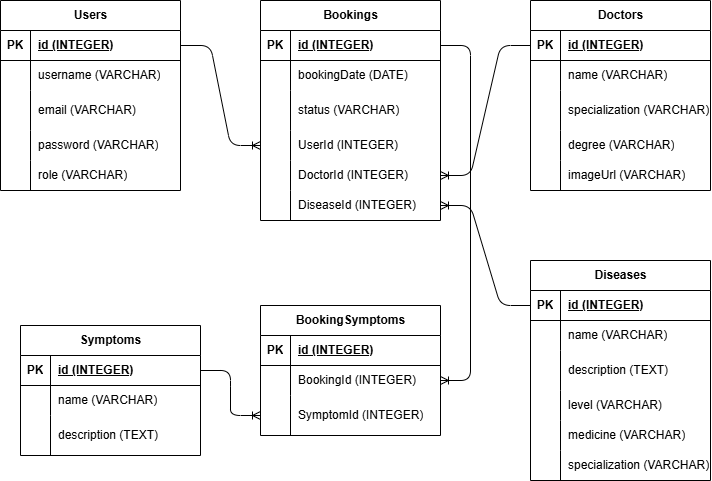
Earlier version of the draw.io export ERD.drawio.png (vincentiusevan/PAIR-PROJECT-HEALTH). Source tidied: cells renumbered, new cells last; positions are measured from the earlier drawing's top-left corner, leaving out a move shared by most shapes.
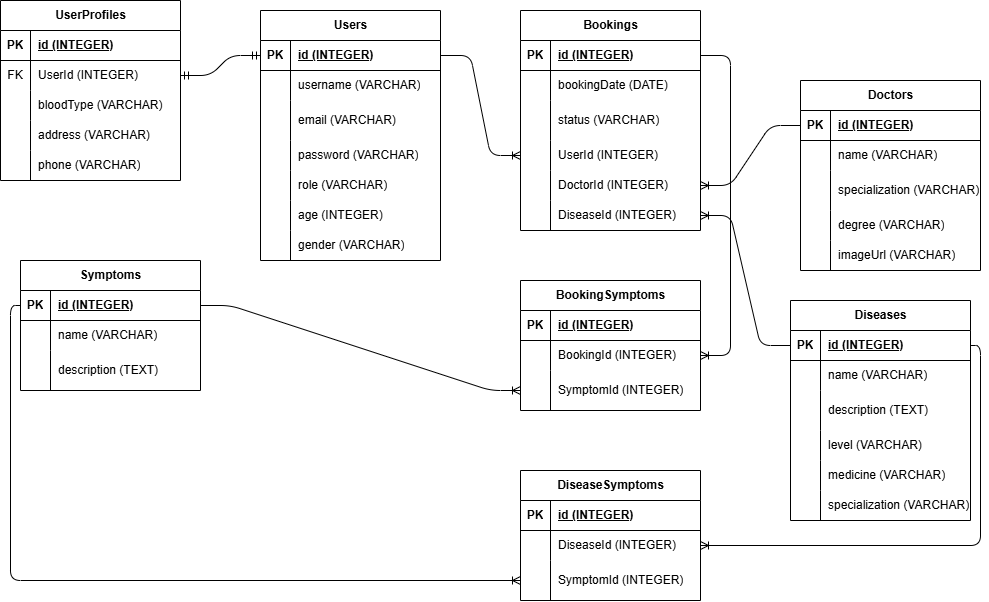
Later version of the same file.

Change to the diagram source:
```diff
@@ -60,7 +60,7 @@
       <mxGeometry x="30" width="150" height="30" as="geometry" />
     </mxCell>
     <mxCell id="21" value="Users" style="shape=table;startSize=30;rowLines=0;fontStyle=1;align=center;html=1;" parent="1" vertex="1">
-      <mxGeometry y="110" width="180" height="190" as="geometry" />
+      <mxGeometry y="110" width="180" height="250" as="geometry" />
     </mxCell>
     <mxCell id="22" style="shape=tableRow;horizontal=0;startSize=0;swimlaneHead=0;swimlaneBody=0;fillColor=none;points=[[0,0.5],[1,0.5]];portConstraint=eastwest;top=0;left=0;right=0;bottom=1;" parent="21" vertex="1">
       <mxGeometry y="30" width="180" height="30" as="geometry" />
@@ -107,6 +107,24 @@
     <mxCell id="36" value="role (VARCHAR)" style="shape=partialRectangle;fillColor=none;top=0;left=0;bottom=0;right=0;align=left;spacingLeft=6;overflow=hidden;whiteSpace=wrap;html=1;" parent="34" vertex="1">
       <mxGeometry x="30" width="150" height="30" as="geometry" />
     </mxCell>
+    <mxCell id="97" style="shape=tableRow;horizontal=0;startSize=0;swimlaneHead=0;swimlaneBody=0;fillColor=none;top=0;left=0;right=0;bottom=0;" parent="21" vertex="1">
+      <mxGeometry y="190" width="180" height="30" as="geometry" />
+    </mxCell>
+    <mxCell id="98" style="shape=partialRectangle;fillColor=none;top=0;left=0;bottom=0;right=0;overflow=hidden;whiteSpace=wrap;html=1;" parent="97" vertex="1">
+      <mxGeometry width="30" height="30" as="geometry" />
+    </mxCell>
+    <mxCell id="99" value="age (INTEGER)" style="shape=partialRectangle;fillColor=none;top=0;left=0;bottom=0;right=0;align=left;spacingLeft=6;overflow=hidden;whiteSpace=wrap;html=1;" parent="97" vertex="1">
+      <mxGeometry x="30" width="150" height="30" as="geometry" />
+    </mxCell>
+    <mxCell id="100" style="shape=tableRow;horizontal=0;startSize=0;swimlaneHead=0;swimlaneBody=0;fillColor=none;top=0;left=0;right=0;bottom=0;" parent="21" vertex="1">
+      <mxGeometry y="220" width="180" height="30" as="geometry" />
+    </mxCell>
+    <mxCell id="101" style="shape=partialRectangle;fillColor=none;top=0;left=0;bottom=0;right=0;overflow=hidden;whiteSpace=wrap;html=1;" parent="100" vertex="1">
+      <mxGeometry width="30" height="30" as="geometry" />
+    </mxCell>
+    <mxCell id="102" value="gender (VARCHAR)" style="shape=partialRectangle;fillColor=none;top=0;left=0;bottom=0;right=0;align=left;spacingLeft=6;overflow=hidden;whiteSpace=wrap;html=1;" parent="100" vertex="1">
+      <mxGeometry x="30" width="150" height="30" as="geometry" />
+    </mxCell>
     <mxCell id="37" style="edgeStyle=entityRelationEdgeStyle;fontSize=12;html=1;endArrow=ERoneToMany;exitX=1;exitY=0.5;exitDx=0;exitDy=0;entryX=0;entryY=0.5;entryDx=0;entryDy=0;" parent="1" edge="1" source="22" target="12">
       <mxGeometry relative="1" as="geometry">
         <Array as="points">
@@ -115,7 +133,7 @@
       </mxGeometry>
     </mxCell>
     <mxCell id="38" value="Doctors" style="shape=table;startSize=30;rowLines=0;fontStyle=1;align=center;html=1;" parent="1" vertex="1">
-      <mxGeometry x="530" y="110" width="180" height="190" as="geometry" />
+      <mxGeometry x="540" y="180" width="180" height="190" as="geometry" />
     </mxCell>
     <mxCell id="39" style="shape=tableRow;horizontal=0;startSize=0;swimlaneHead=0;swimlaneBody=0;fillColor=none;points=[[0,0.5],[1,0.5]];portConstraint=eastwest;top=0;left=0;right=0;bottom=1;" parent="38" vertex="1">
       <mxGeometry y="30" width="180" height="30" as="geometry" />
@@ -166,7 +184,7 @@
       <mxGeometry relative="1" as="geometry" />
     </mxCell>
     <mxCell id="55" value="Diseases" style="shape=table;startSize=30;rowLines=0;fontStyle=1;align=center;html=1;" parent="1" vertex="1">
-      <mxGeometry x="530" y="370" width="180" height="220" as="geometry" />
+      <mxGeometry x="530" y="400" width="180" height="220" as="geometry" />
     </mxCell>
     <mxCell id="56" style="shape=tableRow;horizontal=0;startSize=0;swimlaneHead=0;swimlaneBody=0;fillColor=none;points=[[0,0.5],[1,0.5]];portConstraint=eastwest;top=0;left=0;right=0;bottom=1;" parent="55" vertex="1">
       <mxGeometry y="30" width="180" height="30" as="geometry" />
@@ -235,7 +253,7 @@
       </mxGeometry>
     </mxCell>
     <mxCell id="75" value="Symptoms" style="shape=table;startSize=30;rowLines=0;fontStyle=1;align=center;html=1;" parent="1" vertex="1">
-      <mxGeometry x="20" y="435" width="180" height="130" as="geometry" />
+      <mxGeometry x="-240" y="360" width="180" height="130" as="geometry" />
     </mxCell>
     <mxCell id="76" style="shape=tableRow;horizontal=0;startSize=0;swimlaneHead=0;swimlaneBody=0;fillColor=none;points=[[0,0.5],[1,0.5]];portConstraint=eastwest;top=0;left=0;right=0;bottom=1;" parent="75" vertex="1">
       <mxGeometry y="30" width="180" height="30" as="geometry" />
@@ -265,7 +283,7 @@
       <mxGeometry x="30" width="150" height="40" as="geometry" />
     </mxCell>
     <mxCell id="85" value="BookingSymptoms" style="shape=table;startSize=30;rowLines=0;fontStyle=1;align=center;html=1;" parent="1" vertex="1">
-      <mxGeometry x="260" y="415" width="180" height="130" as="geometry" />
+      <mxGeometry x="260" y="380" width="180" height="130" as="geometry" />
     </mxCell>
     <mxCell id="86" style="shape=tableRow;horizontal=0;startSize=0;swimlaneHead=0;swimlaneBody=0;fillColor=none;top=0;left=0;right=0;bottom=1;" parent="85" vertex="1">
       <mxGeometry y="30" width="180" height="30" as="geometry" />
@@ -300,5 +318,92 @@
     <mxCell id="96" style="edgeStyle=entityRelationEdgeStyle;fontSize=12;html=1;endArrow=ERoneToMany;exitX=1;exitY=0.5;exitDx=0;exitDy=0;entryX=0;entryY=0.5;entryDx=0;entryDy=0;" parent="1" edge="1" source="76" target="92">
       <mxGeometry relative="1" as="geometry" />
     </mxCell>
+    <mxCell id="103" value="UserProfiles" style="shape=table;startSize=30;rowLines=0;fontStyle=1;align=center;html=1;" parent="1" vertex="1">
+      <mxGeometry x="-260" y="100" width="180" height="180" as="geometry" />
+    </mxCell>
+    <mxCell id="104" style="shape=tableRow;horizontal=0;startSize=0;swimlaneHead=0;swimlaneBody=0;fillColor=none;top=0;left=0;right=0;bottom=1;" parent="103" vertex="1">
+      <mxGeometry y="30" width="180" height="30" as="geometry" />
+    </mxCell>
+    <mxCell id="105" value="PK" style="shape=partialRectangle;fillColor=none;top=0;left=0;bottom=0;right=0;fontStyle=1;overflow=hidden;whiteSpace=wrap;html=1;" parent="104" vertex="1">
+      <mxGeometry width="30" height="30" as="geometry" />
+    </mxCell>
+    <mxCell id="106" value="id (INTEGER)" style="shape=partialRectangle;fillColor=none;top=0;left=0;bottom=0;right=0;align=left;spacingLeft=6;fontStyle=5;overflow=hidden;whiteSpace=wrap;html=1;" parent="104" vertex="1">
+      <mxGeometry x="30" width="150" height="30" as="geometry" />
+    </mxCell>
+    <mxCell id="107" style="shape=tableRow;horizontal=0;startSize=0;swimlaneHead=0;swimlaneBody=0;fillColor=none;points=[[0,0.5],[1,0.5]];portConstraint=eastwest;top=0;left=0;right=0;bottom=0;" parent="103" vertex="1">
+      <mxGeometry y="60" width="180" height="30" as="geometry" />
+    </mxCell>
+    <mxCell id="108" value="FK" style="shape=partialRectangle;fillColor=none;top=0;left=0;bottom=0;right=0;overflow=hidden;whiteSpace=wrap;html=1;" parent="107" vertex="1">
+      <mxGeometry width="30" height="30" as="geometry" />
+    </mxCell>
+    <mxCell id="109" value="UserId (INTEGER)" style="shape=partialRectangle;fillColor=none;top=0;left=0;bottom=0;right=0;align=left;spacingLeft=6;overflow=hidden;whiteSpace=wrap;html=1;" parent="107" vertex="1">
+      <mxGeometry x="30" width="150" height="30" as="geometry" />
+    </mxCell>
+    <mxCell id="110" style="shape=tableRow;horizontal=0;startSize=0;swimlaneHead=0;swimlaneBody=0;fillColor=none;top=0;left=0;right=0;bottom=0;" parent="103" vertex="1">
+      <mxGeometry y="90" width="180" height="30" as="geometry" />
+    </mxCell>
+    <mxCell id="111" style="shape=partialRectangle;fillColor=none;top=0;left=0;bottom=0;right=0;overflow=hidden;whiteSpace=wrap;html=1;" parent="110" vertex="1">
+      <mxGeometry width="30" height="30" as="geometry" />
+    </mxCell>
+    <mxCell id="112" value="bloodType (VARCHAR)" style="shape=partialRectangle;fillColor=none;top=0;left=0;bottom=0;right=0;align=left;spacingLeft=6;overflow=hidden;whiteSpace=wrap;html=1;" parent="110" vertex="1">
+      <mxGeometry x="30" width="150" height="30" as="geometry" />
+    </mxCell>
+    <mxCell id="113" style="shape=tableRow;horizontal=0;startSize=0;swimlaneHead=0;swimlaneBody=0;fillColor=none;top=0;left=0;right=0;bottom=0;" parent="103" vertex="1">
+      <mxGeometry y="120" width="180" height="30" as="geometry" />
+    </mxCell>
+    <mxCell id="114" style="shape=partialRectangle;fillColor=none;top=0;left=0;bottom=0;right=0;overflow=hidden;whiteSpace=wrap;html=1;" parent="113" vertex="1">
+      <mxGeometry width="30" height="30" as="geometry" />
+    </mxCell>
+    <mxCell id="115" value="address (VARCHAR)" style="shape=partialRectangle;fillColor=none;top=0;left=0;bottom=0;right=0;align=left;spacingLeft=6;overflow=hidden;whiteSpace=wrap;html=1;" parent="113" vertex="1">
+      <mxGeometry x="30" width="150" height="30" as="geometry" />
+    </mxCell>
+    <mxCell id="116" style="shape=tableRow;horizontal=0;startSize=0;swimlaneHead=0;swimlaneBody=0;fillColor=none;top=0;left=0;right=0;bottom=0;" parent="103" vertex="1">
+      <mxGeometry y="150" width="180" height="30" as="geometry" />
+    </mxCell>
+    <mxCell id="117" style="shape=partialRectangle;fillColor=none;top=0;left=0;bottom=0;right=0;overflow=hidden;whiteSpace=wrap;html=1;" parent="116" vertex="1">
+      <mxGeometry width="30" height="30" as="geometry" />
+    </mxCell>
+    <mxCell id="118" value="phone (VARCHAR)" style="shape=partialRectangle;fillColor=none;top=0;left=0;bottom=0;right=0;align=left;spacingLeft=6;overflow=hidden;whiteSpace=wrap;html=1;" parent="116" vertex="1">
+      <mxGeometry x="30" width="150" height="30" as="geometry" />
+    </mxCell>
+    <mxCell id="119" style="edgeStyle=entityRelationEdgeStyle;fontSize=12;html=1;endArrow=ERmandOne;startArrow=ERmandOne;exitX=1;exitY=0.5;exitDx=0;exitDy=0;entryX=0;entryY=0.5;entryDx=0;entryDy=0;" parent="1" edge="1" source="107" target="22">
+      <mxGeometry relative="1" as="geometry" />
+    </mxCell>
+    <mxCell id="120" value="DiseaseSymptoms" style="shape=table;startSize=30;rowLines=0;fontStyle=1;align=center;html=1;" parent="1" vertex="1">
+      <mxGeometry x="260" y="570" width="180" height="130" as="geometry" />
+    </mxCell>
+    <mxCell id="121" style="shape=tableRow;horizontal=0;startSize=0;swimlaneHead=0;swimlaneBody=0;fillColor=none;top=0;left=0;right=0;bottom=1;" parent="120" vertex="1">
+      <mxGeometry y="30" width="180" height="30" as="geometry" />
+    </mxCell>
+    <mxCell id="122" value="PK" style="shape=partialRectangle;fillColor=none;top=0;left=0;bottom=0;right=0;fontStyle=1;overflow=hidden;whiteSpace=wrap;html=1;" parent="121" vertex="1">
+      <mxGeometry width="30" height="30" as="geometry" />
+    </mxCell>
+    <mxCell id="123" value="id (INTEGER)" style="shape=partialRectangle;fillColor=none;top=0;left=0;bottom=0;right=0;align=left;spacingLeft=6;fontStyle=5;overflow=hidden;whiteSpace=wrap;html=1;" parent="121" vertex="1">
+      <mxGeometry x="30" width="150" height="30" as="geometry" />
+    </mxCell>
+    <mxCell id="124" style="shape=tableRow;horizontal=0;startSize=0;swimlaneHead=0;swimlaneBody=0;fillColor=none;points=[[0,0.5],[1,0.5]];portConstraint=eastwest;top=0;left=0;right=0;bottom=0;" parent="120" vertex="1">
+      <mxGeometry y="60" width="180" height="30" as="geometry" />
+    </mxCell>
+    <mxCell id="125" style="shape=partialRectangle;fillColor=none;top=0;left=0;bottom=0;right=0;overflow=hidden;whiteSpace=wrap;html=1;" parent="124" vertex="1">
+      <mxGeometry width="30" height="30" as="geometry" />
+    </mxCell>
+    <mxCell id="126" value="DiseaseId (INTEGER)" style="shape=partialRectangle;fillColor=none;top=0;left=0;bottom=0;right=0;align=left;spacingLeft=6;overflow=hidden;whiteSpace=wrap;html=1;" parent="124" vertex="1">
+      <mxGeometry x="30" width="150" height="30" as="geometry" />
+    </mxCell>
+    <mxCell id="127" style="shape=tableRow;horizontal=0;startSize=0;swimlaneHead=0;swimlaneBody=0;fillColor=none;points=[[0,0.5],[1,0.5]];portConstraint=eastwest;top=0;left=0;right=0;bottom=0;" parent="120" vertex="1">
+      <mxGeometry y="90" width="180" height="40" as="geometry" />
+    </mxCell>
+    <mxCell id="128" style="shape=partialRectangle;fillColor=none;top=0;left=0;bottom=0;right=0;overflow=hidden;whiteSpace=wrap;html=1;" parent="127" vertex="1">
+      <mxGeometry width="30" height="40" as="geometry" />
+    </mxCell>
+    <mxCell id="129" value="SymptomId (INTEGER)" style="shape=partialRectangle;fillColor=none;top=0;left=0;bottom=0;right=0;align=left;spacingLeft=6;overflow=hidden;whiteSpace=wrap;html=1;" parent="127" vertex="1">
+      <mxGeometry x="30" width="150" height="40" as="geometry" />
+    </mxCell>
+    <mxCell id="130" style="edgeStyle=orthogonalEdgeStyle;fontSize=12;html=1;endArrow=ERoneToMany;exitX=1;exitY=0.5;exitDx=0;exitDy=0;entryX=1;entryY=0.5;entryDx=0;entryDy=0;" parent="1" edge="1" source="56" target="124">
+      <mxGeometry relative="1" as="geometry" />
+    </mxCell>
+    <mxCell id="131" style="edgeStyle=orthogonalEdgeStyle;fontSize=12;html=1;endArrow=ERoneToMany;entryX=0;entryY=0.5;entryDx=0;entryDy=0;exitX=0;exitY=0.5;exitDx=0;exitDy=0;" parent="1" edge="1" source="76" target="127">
+      <mxGeometry relative="1" as="geometry" />
+    </mxCell>
   </root>
 </mxGraphModel>
```
